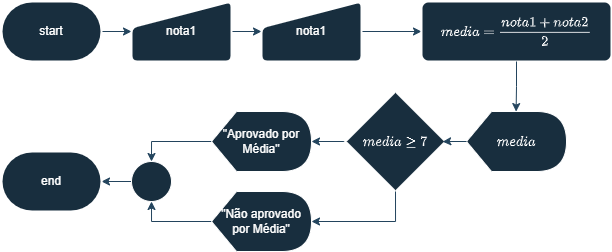
Earlier version of the draw.io export Parte-2/atividade2.png (kf-martins-uel/algoritmos-atividade1). Source tidied: cells renumbered, new cells last; positions are measured from the earlier drawing's top-left corner, leaving out a move shared by most shapes.
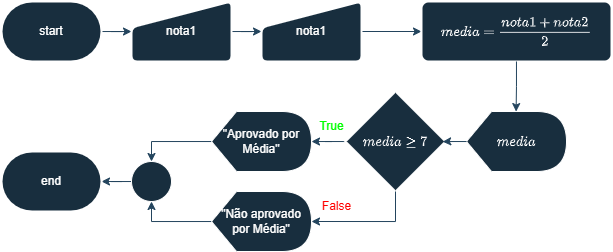
Later version of the same file.

Change to the diagram source:
```diff
@@ -70,5 +70,11 @@
     <mxCell id="21" value="end" style="strokeWidth=2;html=1;shape=mxgraph.flowchart.terminator;whiteSpace=wrap;labelBackgroundColor=none;fillColor=#182E3E;strokeColor=#FFFFFF;fontColor=#FFFFFF;rounded=0;" parent="1" vertex="1">
       <mxGeometry y="150" width="100" height="60" as="geometry" />
     </mxCell>
+    <mxCell id="22" value="&lt;font style=&quot;color: light-dark(rgb(0, 255, 0), rgb(0, 255, 0));&quot;&gt;True&lt;/font&gt;" style="text;html=1;align=center;verticalAlign=middle;strokeColor=none;fillColor=none;fontColor=#FFFFFF;labelBackgroundColor=none;" parent="1" vertex="1">
+      <mxGeometry x="305" y="110" width="50" height="30" as="geometry" />
+    </mxCell>
+    <mxCell id="23" value="&lt;font style=&quot;color: light-dark(rgb(255, 0, 0), rgb(255, 0, 0));&quot;&gt;False&lt;/font&gt;" style="text;html=1;align=center;verticalAlign=middle;strokeColor=none;fillColor=none;fontColor=#FFFFFF;labelBackgroundColor=none;" parent="1" vertex="1">
+      <mxGeometry x="310" y="190" width="50" height="30" as="geometry" />
+    </mxCell>
   </root>
 </mxGraphModel>
```
